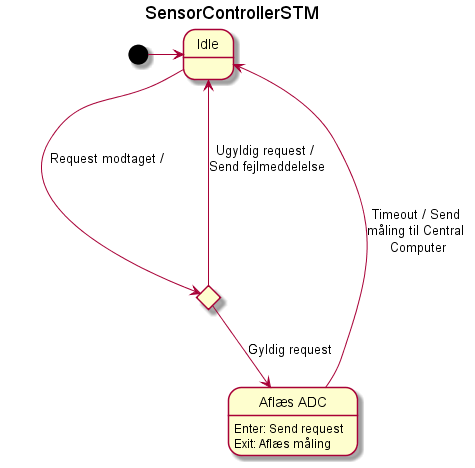
Before: Design/SE/SensorController/Software/SensorControllerSTM/SensorControllerSTM.png, a diagram exported from PlantUML (Solvgraa-mager/E4PRJ4). Its diagram source:
```plantuml
@startuml SensorControllerSTM
title SensorControllerSTM

skinparam maxMessageSize 120

state Idle
state EvaluateRequest <<choice>>
state Afvent_ADC as "Aflæs ADC"

[*] -> Idle
Idle -> EvaluateRequest : Request modtaget /
EvaluateRequest --> Afvent_ADC : Gyldig request
EvaluateRequest ---> Idle : Ugyldig request / Send fejlmeddelelse
Afvent_ADC -> Idle : Timeout / Send måling til Central Computer

Afvent_ADC : Enter: Send request
Afvent_ADC : Exit: Aflæs måling

@enduml
```
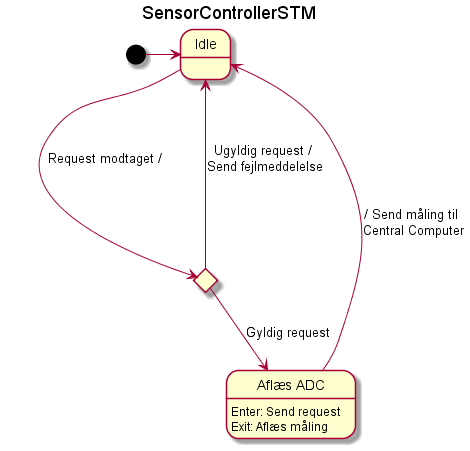
Above is the later version.

The edit, as a diff of the source:
```diff
@@ -11,7 +11,7 @@
 Idle -> EvaluateRequest : Request modtaget /
 EvaluateRequest --> Afvent_ADC : Gyldig request
 EvaluateRequest ---> Idle : Ugyldig request / Send fejlmeddelelse
-Afvent_ADC -> Idle : Timeout / Send måling til Central Computer
+Afvent_ADC -> Idle :  / Send måling til Central Computer
 
 Afvent_ADC : Enter: Send request
 Afvent_ADC : Exit: Aflæs måling
```
